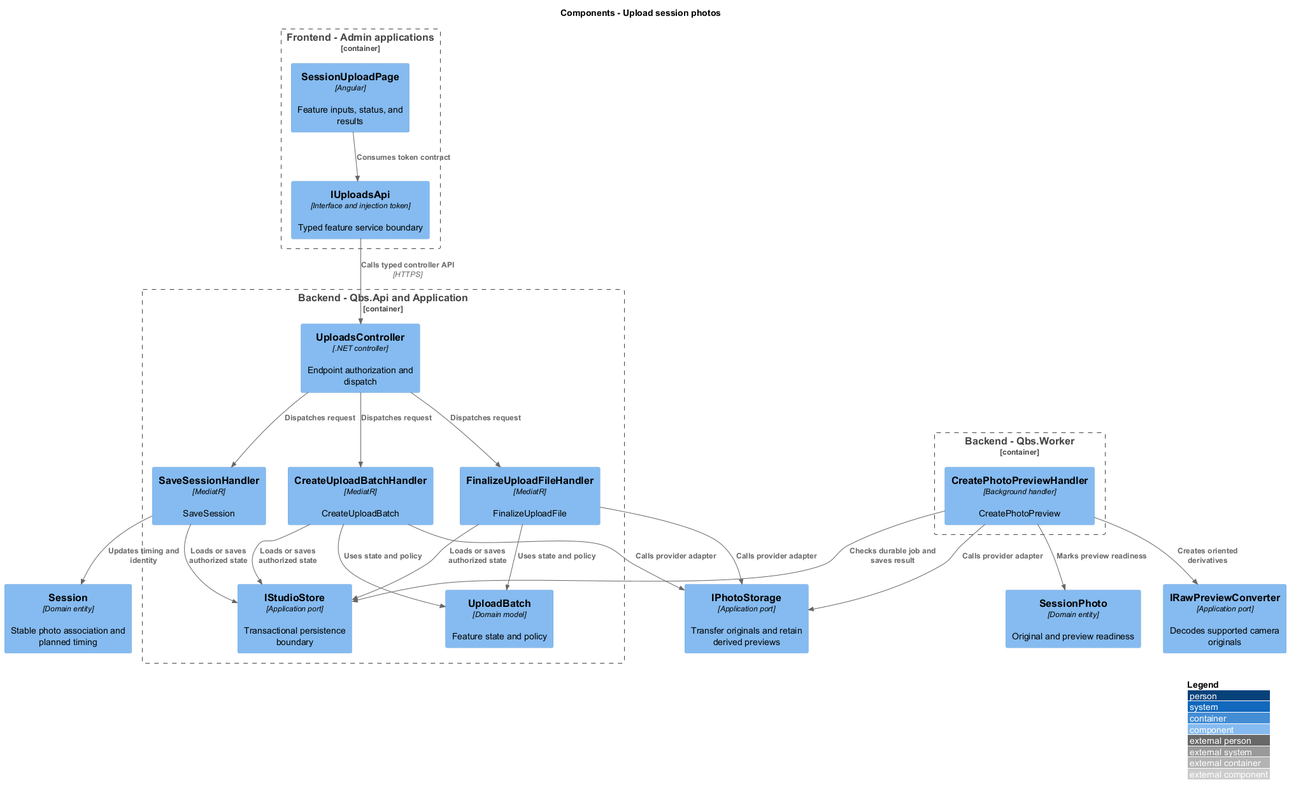
QuinntyneBrown/quinntyne-brown-studio keeps this PlantUML diagram as docs/detailed-designs/session-photos/upload-session-photos/diagrams/c4-component.png. Above is the earlier version.
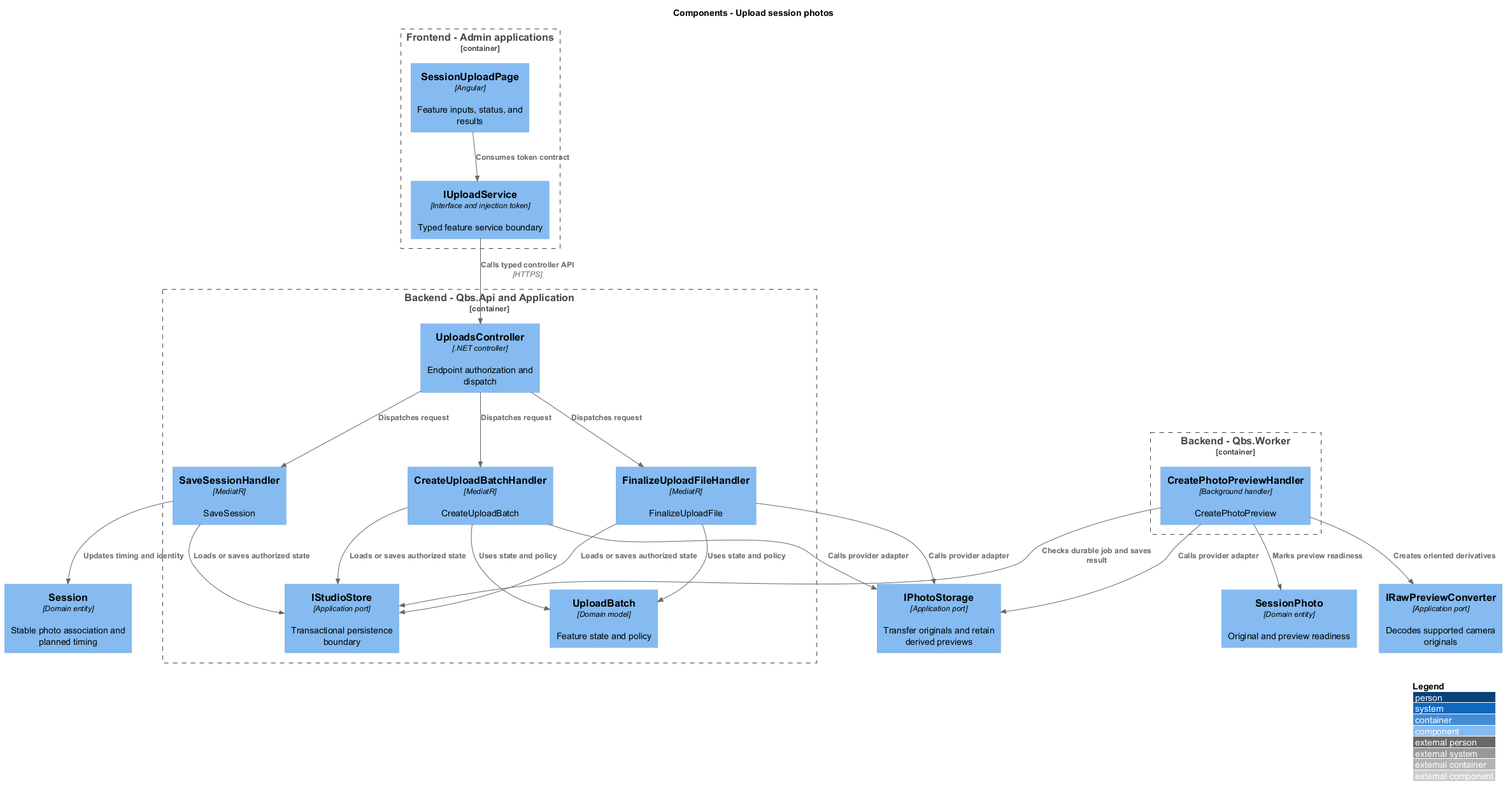
The same file after the commit.

Change to the diagram source:
```diff
@@ -4,7 +4,7 @@
 title Components - Upload session photos
 Container_Boundary(frontend, "Frontend - Admin applications") {
  Component(page, "SessionUploadPage", "Angular", "Feature inputs, status, and results")
- Component(client, "IUploadsApi", "Interface and injection token", "Typed feature service boundary")
+ Component(client, "IUploadService", "Interface and injection token", "Typed feature service boundary")
 }
 Container_Boundary(api, "Backend - Qbs.Api and Application") {
  Component(ctrl, "UploadsController", ".NET controller", "Endpoint authorization and dispatch")
```
